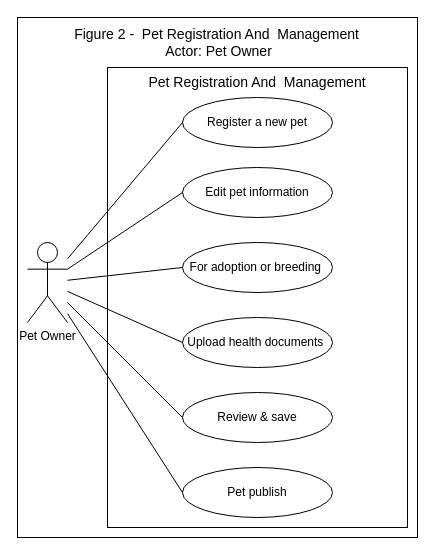
Before: page "Figure-2" (2 of 10) of USE-CASE_Diagram_Franco.drawio in Chels013/Breedr-Diagrams, a draw.io diagram. Source tidied: cells renumbered, new cells numbered last; positions are measured from the earlier drawing's top-left corner, leaving out a move shared by most shapes. Both pictures are drawn from the tidied source at 100%, with x=0, y=0 at pixel (17, 17).
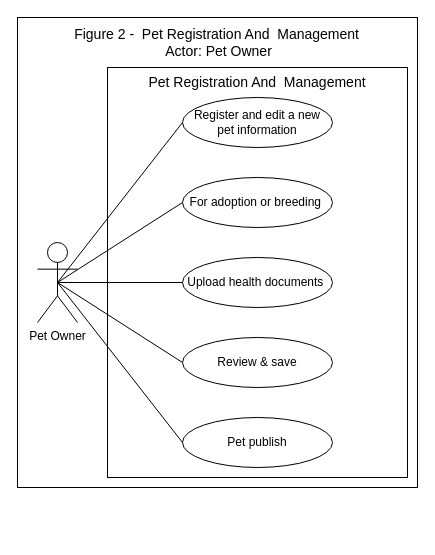
The same page after the edit.

Change to the diagram source:
```diff
@@
 <mxGraphModel>
   <root>
     <mxCell id="0" />
     <mxCell id="1" parent="0" />
     <mxCell id="2" style="rounded=0;whiteSpace=wrap;html=1;" parent="1" vertex="1">
-      <mxGeometry width="400" height="520" as="geometry" />
+      <mxGeometry width="400" height="470" as="geometry" />
     </mxCell>
     <mxCell id="3" style="rounded=0;whiteSpace=wrap;html=1;align=center;verticalAlign=middle;fontFamily=Helvetica;fontSize=12;fontColor=default;fillColor=none;gradientColor=none;" parent="1" vertex="1">
-      <mxGeometry x="90" y="50" width="300" height="460" as="geometry" />
+      <mxGeometry x="90" y="50" width="300" height="410" as="geometry" />
     </mxCell>
     <mxCell id="4" value="Figure 2 -&amp;nbsp; Pet Registration And&amp;nbsp; Management&amp;nbsp;&lt;br&gt;Actor: Pet Owner" style="text;html=1;align=center;verticalAlign=middle;whiteSpace=wrap;rounded=0;fontFamily=Helvetica;fontSize=14;fontColor=default;" parent="1" vertex="1">
       <mxGeometry x="20" y="10" width="362.5" height="30" as="geometry" />
     </mxCell>
     <mxCell id="5" value="Pet Owner" style="shape=umlActor;verticalLabelPosition=bottom;verticalAlign=top;html=1;outlineConnect=0;rounded=0;align=center;fontFamily=Helvetica;fontSize=12;fontColor=default;fillColor=none;gradientColor=none;" parent="1" vertex="1">
-      <mxGeometry x="10" y="225" width="40" height="80" as="geometry" />
+      <mxGeometry x="20" y="225" width="40" height="80" as="geometry" />
     </mxCell>
     <mxCell id="6" value="&lt;span style=&quot;color: rgb(0, 0, 0);&quot;&gt;Pet Registration And&amp;nbsp; Management&lt;/span&gt;" style="text;html=1;align=center;verticalAlign=middle;whiteSpace=wrap;rounded=0;fontFamily=Helvetica;fontSize=14;fontColor=default;" parent="1" vertex="1">
       <mxGeometry x="125" y="50" width="230" height="30" as="geometry" />
     </mxCell>
-    <mxCell id="7" value="Register a new pet" style="ellipse;whiteSpace=wrap;html=1;rounded=0;align=center;verticalAlign=middle;fontFamily=Helvetica;fontSize=12;fontColor=default;fillColor=none;gradientColor=none;" parent="1" vertex="1">
+    <mxCell id="7" value="Register and edit a new &lt;br&gt;pet information" style="ellipse;whiteSpace=wrap;html=1;rounded=0;align=center;verticalAlign=middle;fontFamily=Helvetica;fontSize=12;fontColor=default;fillColor=none;gradientColor=none;" parent="1" vertex="1">
       <mxGeometry x="165" y="80" width="150" height="50" as="geometry" />
     </mxCell>
-    <mxCell id="8" value="Edit pet information" style="ellipse;whiteSpace=wrap;html=1;rounded=0;align=center;verticalAlign=middle;fontFamily=Helvetica;fontSize=12;fontColor=default;fillColor=none;gradientColor=none;" parent="1" vertex="1">
-      <mxGeometry x="165" y="150" width="150" height="50" as="geometry" />
-    </mxCell>
     <mxCell id="9" value="For adoption or breeding&amp;nbsp;" style="ellipse;whiteSpace=wrap;html=1;rounded=0;align=center;verticalAlign=middle;fontFamily=Helvetica;fontSize=12;fontColor=default;fillColor=none;gradientColor=none;" parent="1" vertex="1">
-      <mxGeometry x="165" y="225" width="150" height="50" as="geometry" />
+      <mxGeometry x="165" y="160" width="150" height="50" as="geometry" />
     </mxCell>
     <mxCell id="10" value="Upload health documents&amp;nbsp;" style="ellipse;whiteSpace=wrap;html=1;rounded=0;align=center;verticalAlign=middle;fontFamily=Helvetica;fontSize=12;fontColor=default;fillColor=none;gradientColor=none;" parent="1" vertex="1">
-      <mxGeometry x="165" y="300" width="150" height="50" as="geometry" />
+      <mxGeometry x="165" y="240" width="150" height="50" as="geometry" />
     </mxCell>
-    <mxCell id="11" style="endArrow=none;html=1;fontFamily=Helvetica;fontSize=12;fontColor=default;entryX=0;entryY=0.5;entryDx=0;entryDy=0;" parent="1" edge="1" source="5" target="7">
+    <mxCell id="11" style="endArrow=none;html=1;fontFamily=Helvetica;fontSize=12;fontColor=default;entryX=0;entryY=0.5;entryDx=0;entryDy=0;exitX=0.5;exitY=0.5;exitDx=0;exitDy=0;exitPerimeter=0;" parent="1" edge="1" source="5" target="7">
       <mxGeometry relative="1" as="geometry" />
     </mxCell>
-    <mxCell id="12" style="endArrow=none;html=1;fontFamily=Helvetica;fontSize=12;fontColor=default;entryX=0;entryY=0.5;entryDx=0;entryDy=0;" parent="1" edge="1" source="5" target="8">
-      <mxGeometry relative="1" as="geometry" />
-    </mxCell>
-    <mxCell id="13" style="endArrow=none;html=1;fontFamily=Helvetica;fontSize=12;fontColor=default;entryX=0;entryY=0.5;entryDx=0;entryDy=0;" parent="1" edge="1" source="5" target="9">
+    <mxCell id="13" style="endArrow=none;html=1;fontFamily=Helvetica;fontSize=12;fontColor=default;entryX=0;entryY=0.5;entryDx=0;entryDy=0;exitX=0.5;exitY=0.5;exitDx=0;exitDy=0;exitPerimeter=0;" parent="1" edge="1" source="5" target="9">
       <mxGeometry relative="1" as="geometry" />
     </mxCell>
-    <mxCell id="14" style="endArrow=none;html=1;fontFamily=Helvetica;fontSize=12;fontColor=default;entryX=0;entryY=0.5;entryDx=0;entryDy=0;" parent="1" edge="1" source="5" target="10">
+    <mxCell id="14" style="endArrow=none;html=1;fontFamily=Helvetica;fontSize=12;fontColor=default;entryX=0;entryY=0.5;entryDx=0;entryDy=0;exitX=0.5;exitY=0.5;exitDx=0;exitDy=0;exitPerimeter=0;" parent="1" edge="1" source="5" target="10">
       <mxGeometry relative="1" as="geometry" />
     </mxCell>
     <mxCell id="15" value="Review &amp;amp; save" style="ellipse;whiteSpace=wrap;html=1;rounded=0;align=center;verticalAlign=middle;fontFamily=Helvetica;fontSize=12;fontColor=default;fillColor=none;gradientColor=none;" parent="1" vertex="1">
-      <mxGeometry x="165" y="375" width="150" height="50" as="geometry" />
+      <mxGeometry x="165" y="320" width="150" height="50" as="geometry" />
     </mxCell>
     <mxCell id="16" value="Pet publish" style="ellipse;whiteSpace=wrap;html=1;rounded=0;align=center;verticalAlign=middle;fontFamily=Helvetica;fontSize=12;fontColor=default;fillColor=none;gradientColor=none;" parent="1" vertex="1">
-      <mxGeometry x="165" y="450" width="150" height="50" as="geometry" />
+      <mxGeometry x="165" y="400" width="150" height="50" as="geometry" />
     </mxCell>
-    <mxCell id="17" style="endArrow=none;html=1;fontFamily=Helvetica;fontSize=12;fontColor=default;entryX=0;entryY=0.5;entryDx=0;entryDy=0;" parent="1" edge="1" source="5" target="16">
+    <mxCell id="17" style="endArrow=none;html=1;fontFamily=Helvetica;fontSize=12;fontColor=default;entryX=0;entryY=0.5;entryDx=0;entryDy=0;exitX=0.5;exitY=0.5;exitDx=0;exitDy=0;exitPerimeter=0;" parent="1" edge="1" source="5" target="16">
       <mxGeometry relative="1" as="geometry" />
     </mxCell>
-    <mxCell id="18" style="endArrow=none;html=1;fontFamily=Helvetica;fontSize=12;fontColor=default;entryX=0;entryY=0.5;entryDx=0;entryDy=0;" parent="1" edge="1" source="5" target="15">
+    <mxCell id="18" style="endArrow=none;html=1;fontFamily=Helvetica;fontSize=12;fontColor=default;entryX=0;entryY=0.5;entryDx=0;entryDy=0;exitX=0.5;exitY=0.5;exitDx=0;exitDy=0;exitPerimeter=0;" parent="1" edge="1" source="5" target="15">
       <mxGeometry relative="1" as="geometry" />
     </mxCell>
   </root>
 </mxGraphModel>
```
